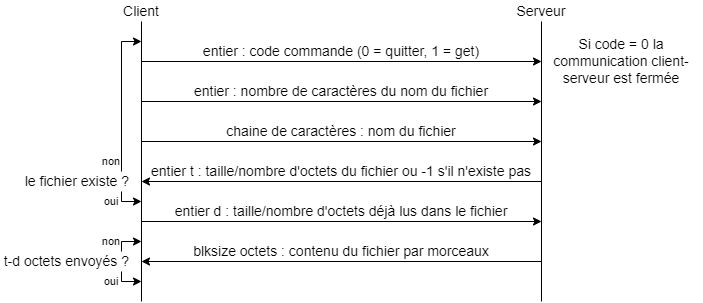
The draw.io diagram protocolEtape2.drawio.png in Yalkann/ProjetFTP, before a commit. Source tidied: cells renumbered, new cells last; positions are measured from the earlier drawing's top-left corner, leaving out a move shared by most shapes. Its diagram source:
```xml
<mxGraphModel>
  <root>
    <mxCell id="0" />
    <mxCell id="1" parent="0" />
    <mxCell id="2" style="endArrow=none;html=1;rounded=0;entryX=0.5;entryY=1;entryDx=0;entryDy=0;endFill=0;startArrow=none;startFill=0;" parent="1" edge="1" target="4">
      <mxGeometry relative="1" as="geometry">
        <mxPoint x="140" y="300" as="sourcePoint" />
        <Array as="points">
          <mxPoint x="140" y="300" />
        </Array>
      </mxGeometry>
    </mxCell>
    <mxCell id="3" style="endArrow=none;html=1;rounded=0;" parent="1" edge="1">
      <mxGeometry relative="1" as="geometry">
        <mxPoint x="540" y="300" as="sourcePoint" />
        <mxPoint x="540" y="20" as="targetPoint" />
      </mxGeometry>
    </mxCell>
    <mxCell id="4" value="&lt;font style=&quot;font-size: 14px&quot;&gt;Client&lt;/font&gt;" style="text;html=1;strokeColor=none;fillColor=none;align=center;verticalAlign=middle;whiteSpace=wrap;rounded=0;" parent="1" vertex="1">
      <mxGeometry x="110" width="60" height="20" as="geometry" />
    </mxCell>
    <mxCell id="5" value="&lt;font style=&quot;font-size: 14px&quot;&gt;Serveur&lt;br&gt;&lt;/font&gt;" style="text;html=1;strokeColor=none;fillColor=none;align=center;verticalAlign=middle;whiteSpace=wrap;rounded=0;" parent="1" vertex="1">
      <mxGeometry x="510" width="60" height="20" as="geometry" />
    </mxCell>
    <mxCell id="6" style="endArrow=classic;html=1;rounded=0;fontSize=14;" parent="1" edge="1">
      <mxGeometry relative="1" as="geometry">
        <mxPoint x="140" y="60" as="sourcePoint" />
        <mxPoint x="540" y="60" as="targetPoint" />
      </mxGeometry>
    </mxCell>
    <mxCell id="7" value="entier : code commande (0 = quitter, 1 = get)" style="text;html=1;strokeColor=none;fillColor=none;align=center;verticalAlign=middle;whiteSpace=wrap;rounded=0;fontSize=14;" parent="1" vertex="1">
      <mxGeometry x="140" y="40" width="400" height="20" as="geometry" />
    </mxCell>
    <mxCell id="8" style="endArrow=classic;html=1;rounded=0;fontSize=14;" parent="1" edge="1">
      <mxGeometry relative="1" as="geometry">
        <mxPoint x="140" y="100" as="sourcePoint" />
        <mxPoint x="540" y="100" as="targetPoint" />
      </mxGeometry>
    </mxCell>
    <mxCell id="9" value="entier : nombre de caractères du nom du fichier" style="text;html=1;strokeColor=none;fillColor=none;align=center;verticalAlign=middle;whiteSpace=wrap;rounded=0;fontSize=14;" parent="1" vertex="1">
      <mxGeometry x="140" y="80" width="400" height="20" as="geometry" />
    </mxCell>
    <mxCell id="10" style="endArrow=classic;html=1;rounded=0;fontSize=14;" parent="1" edge="1">
      <mxGeometry relative="1" as="geometry">
        <mxPoint x="140" y="140" as="sourcePoint" />
        <mxPoint x="540" y="140" as="targetPoint" />
      </mxGeometry>
    </mxCell>
    <mxCell id="11" value="chaine de caractères : nom du fichier" style="text;html=1;strokeColor=none;fillColor=none;align=center;verticalAlign=middle;whiteSpace=wrap;rounded=0;fontSize=14;" parent="1" vertex="1">
      <mxGeometry x="140" y="120" width="400" height="20" as="geometry" />
    </mxCell>
    <mxCell id="12" style="endArrow=classic;html=1;rounded=0;fontSize=14;" parent="1" edge="1">
      <mxGeometry relative="1" as="geometry">
        <mxPoint x="540" y="180" as="sourcePoint" />
        <mxPoint x="140" y="180" as="targetPoint" />
      </mxGeometry>
    </mxCell>
    <mxCell id="13" value="entier t : taille/nombre d'octets du fichier ou -1 s'il n'existe pas" style="text;html=1;strokeColor=none;fillColor=none;align=center;verticalAlign=middle;whiteSpace=wrap;rounded=0;fontSize=14;" parent="1" vertex="1">
      <mxGeometry x="140" y="160" width="400" height="20" as="geometry" />
    </mxCell>
    <mxCell id="14" style="endArrow=classic;html=1;rounded=0;fontSize=14;" parent="1" edge="1">
      <mxGeometry relative="1" as="geometry">
        <mxPoint x="540" y="260" as="sourcePoint" />
        <mxPoint x="140" y="260" as="targetPoint" />
      </mxGeometry>
    </mxCell>
    <mxCell id="15" value="le fichier existe ?" style="text;html=1;strokeColor=none;fillColor=none;align=right;verticalAlign=middle;whiteSpace=wrap;rounded=0;fontSize=14;" parent="1" vertex="1">
      <mxGeometry y="170" width="130" height="20" as="geometry" />
    </mxCell>
    <mxCell id="16" value="blksize octets : contenu du fichier par morceaux" style="text;html=1;strokeColor=none;fillColor=none;align=center;verticalAlign=middle;whiteSpace=wrap;rounded=0;fontSize=14;" parent="1" vertex="1">
      <mxGeometry x="140" y="240" width="400" height="20" as="geometry" />
    </mxCell>
    <mxCell id="17" style="endArrow=classic;html=1;rounded=0;fontSize=11;" parent="1" edge="1">
      <mxGeometry relative="1" as="geometry">
        <mxPoint x="140" y="220" as="sourcePoint" />
        <mxPoint x="540" y="220" as="targetPoint" />
      </mxGeometry>
    </mxCell>
    <mxCell id="18" style="endArrow=classic;html=1;rounded=0;fontSize=11;entryX=0;entryY=0;entryDx=0;entryDy=0;exitX=0.75;exitY=1;exitDx=0;exitDy=0;" parent="1" edge="1" source="19" target="7">
      <mxGeometry relative="1" as="geometry">
        <Array as="points">
          <mxPoint x="120" y="40" />
        </Array>
      </mxGeometry>
    </mxCell>
    <mxCell id="19" value="non" style="text;html=1;strokeColor=none;fillColor=none;align=center;verticalAlign=middle;whiteSpace=wrap;rounded=0;fontSize=11;" parent="1" vertex="1">
      <mxGeometry x="90" y="150" width="40" height="20" as="geometry" />
    </mxCell>
    <mxCell id="20" style="endArrow=classic;html=1;rounded=0;fontSize=11;entryX=0;entryY=0;entryDx=0;entryDy=0;exitX=0.75;exitY=0;exitDx=0;exitDy=0;" parent="1" edge="1" source="21" target="22">
      <mxGeometry relative="1" as="geometry">
        <Array as="points">
          <mxPoint x="120" y="200" />
        </Array>
      </mxGeometry>
    </mxCell>
    <mxCell id="21" value="oui" style="text;html=1;strokeColor=none;fillColor=none;align=center;verticalAlign=middle;whiteSpace=wrap;rounded=0;fontSize=11;" parent="1" vertex="1">
      <mxGeometry x="90" y="190" width="40" height="20" as="geometry" />
    </mxCell>
    <mxCell id="22" value="entier d : taille/nombre d'octets déjà lus dans le fichier" style="text;html=1;strokeColor=none;fillColor=none;align=center;verticalAlign=middle;whiteSpace=wrap;rounded=0;fontSize=14;" parent="1" vertex="1">
      <mxGeometry x="140" y="200" width="400" height="20" as="geometry" />
    </mxCell>
    <mxCell id="23" style="endArrow=classic;html=1;rounded=0;fontSize=11;exitX=0.75;exitY=0;exitDx=0;exitDy=0;" parent="1" edge="1" source="28">
      <mxGeometry relative="1" as="geometry">
        <mxPoint x="140" y="280" as="targetPoint" />
        <Array as="points">
          <mxPoint x="120" y="280" />
        </Array>
      </mxGeometry>
    </mxCell>
    <mxCell id="24" value="&lt;font style=&quot;font-size: 14px&quot;&gt;Si code = 0 la communication client-serveur est fermée&lt;/font&gt;" style="text;html=1;strokeColor=none;fillColor=none;align=center;verticalAlign=middle;whiteSpace=wrap;rounded=0;fontSize=11;" parent="1" vertex="1">
      <mxGeometry x="540" y="30" width="160" height="60" as="geometry" />
    </mxCell>
    <mxCell id="25" value="t-d octets envoyés ?" style="text;html=1;strokeColor=none;fillColor=none;align=right;verticalAlign=middle;whiteSpace=wrap;rounded=0;fontSize=14;" parent="1" vertex="1">
      <mxGeometry y="250" width="130" height="20" as="geometry" />
    </mxCell>
    <mxCell id="26" value="non" style="text;html=1;strokeColor=none;fillColor=none;align=center;verticalAlign=middle;whiteSpace=wrap;rounded=0;fontSize=11;" parent="1" vertex="1">
      <mxGeometry x="90" y="230" width="40" height="20" as="geometry" />
    </mxCell>
    <mxCell id="27" style="endArrow=classic;html=1;rounded=0;fontSize=11;entryX=0;entryY=0;entryDx=0;entryDy=0;" parent="1" edge="1" target="16">
      <mxGeometry relative="1" as="geometry">
        <mxPoint x="120" y="250" as="sourcePoint" />
        <Array as="points">
          <mxPoint x="120" y="240" />
        </Array>
      </mxGeometry>
    </mxCell>
    <mxCell id="28" value="oui" style="text;html=1;strokeColor=none;fillColor=none;align=center;verticalAlign=middle;whiteSpace=wrap;rounded=0;fontSize=11;" parent="1" vertex="1">
      <mxGeometry x="90" y="270" width="40" height="20" as="geometry" />
    </mxCell>
  </root>
</mxGraphModel>
```
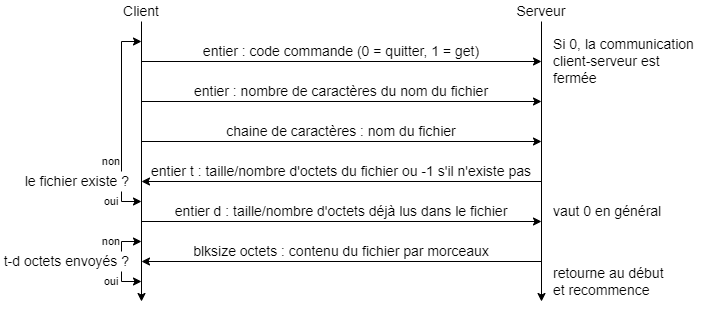
The same diagram one commit later.

Diff of the diagram source:
```diff
@@ -2,7 +2,7 @@
   <root>
     <mxCell id="0" />
     <mxCell id="1" parent="0" />
-    <mxCell id="2" style="endArrow=none;html=1;rounded=0;entryX=0.5;entryY=1;entryDx=0;entryDy=0;endFill=0;startArrow=none;startFill=0;" parent="1" edge="1" target="4">
+    <mxCell id="2" style="endArrow=none;html=1;rounded=0;entryX=0.5;entryY=1;entryDx=0;entryDy=0;endFill=0;startArrow=classic;startFill=1;" parent="1" edge="1" target="4">
       <mxGeometry relative="1" as="geometry">
         <mxPoint x="140" y="300" as="sourcePoint" />
         <Array as="points">
@@ -10,16 +10,16 @@
         </Array>
       </mxGeometry>
     </mxCell>
-    <mxCell id="3" style="endArrow=none;html=1;rounded=0;" parent="1" edge="1">
+    <mxCell id="3" style="endArrow=none;html=1;rounded=0;startArrow=classic;startFill=1;" parent="1" edge="1">
       <mxGeometry relative="1" as="geometry">
         <mxPoint x="540" y="300" as="sourcePoint" />
         <mxPoint x="540" y="20" as="targetPoint" />
       </mxGeometry>
     </mxCell>
-    <mxCell id="4" value="&lt;font style=&quot;font-size: 14px&quot;&gt;Client&lt;/font&gt;" style="text;html=1;strokeColor=none;fillColor=none;align=center;verticalAlign=middle;whiteSpace=wrap;rounded=0;" parent="1" vertex="1">
+    <mxCell id="4" value="&lt;font style=&quot;font-size: 14px;&quot;&gt;Client&lt;/font&gt;" style="text;html=1;strokeColor=none;fillColor=none;align=center;verticalAlign=middle;whiteSpace=wrap;rounded=0;fontSize=14;" parent="1" vertex="1">
       <mxGeometry x="110" width="60" height="20" as="geometry" />
     </mxCell>
-    <mxCell id="5" value="&lt;font style=&quot;font-size: 14px&quot;&gt;Serveur&lt;br&gt;&lt;/font&gt;" style="text;html=1;strokeColor=none;fillColor=none;align=center;verticalAlign=middle;whiteSpace=wrap;rounded=0;" parent="1" vertex="1">
+    <mxCell id="5" value="&lt;font style=&quot;font-size: 14px;&quot;&gt;Serveur&lt;br style=&quot;font-size: 14px;&quot;&gt;&lt;/font&gt;" style="text;html=1;strokeColor=none;fillColor=none;align=center;verticalAlign=middle;whiteSpace=wrap;rounded=0;fontSize=14;" parent="1" vertex="1">
       <mxGeometry x="510" width="60" height="20" as="geometry" />
     </mxCell>
     <mxCell id="6" style="endArrow=classic;html=1;rounded=0;fontSize=14;" parent="1" edge="1">
@@ -107,8 +107,8 @@
         </Array>
       </mxGeometry>
     </mxCell>
-    <mxCell id="24" value="&lt;font style=&quot;font-size: 14px&quot;&gt;Si code = 0 la communication client-serveur est fermée&lt;/font&gt;" style="text;html=1;strokeColor=none;fillColor=none;align=center;verticalAlign=middle;whiteSpace=wrap;rounded=0;fontSize=11;" parent="1" vertex="1">
-      <mxGeometry x="540" y="30" width="160" height="60" as="geometry" />
+    <mxCell id="24" value="&lt;font style=&quot;font-size: 14px&quot;&gt;Si 0, la communication client-serveur est fermée&lt;/font&gt;" style="text;html=1;strokeColor=none;fillColor=none;align=left;verticalAlign=middle;whiteSpace=wrap;rounded=0;fontSize=14;" parent="1" vertex="1">
+      <mxGeometry x="550" y="30" width="150" height="60" as="geometry" />
     </mxCell>
     <mxCell id="25" value="t-d octets envoyés ?" style="text;html=1;strokeColor=none;fillColor=none;align=right;verticalAlign=middle;whiteSpace=wrap;rounded=0;fontSize=14;" parent="1" vertex="1">
       <mxGeometry y="250" width="130" height="20" as="geometry" />
@@ -127,5 +127,11 @@
     <mxCell id="28" value="oui" style="text;html=1;strokeColor=none;fillColor=none;align=center;verticalAlign=middle;whiteSpace=wrap;rounded=0;fontSize=11;" parent="1" vertex="1">
       <mxGeometry x="90" y="270" width="40" height="20" as="geometry" />
     </mxCell>
+    <mxCell id="29" value="&lt;font style=&quot;font-size: 14px&quot;&gt;retourne au début et recommence&lt;/font&gt;" style="text;html=1;strokeColor=none;fillColor=none;align=left;verticalAlign=middle;whiteSpace=wrap;rounded=0;fontSize=11;" parent="1" vertex="1">
+      <mxGeometry x="550" y="260" width="120" height="40" as="geometry" />
+    </mxCell>
+    <mxCell id="30" value="&lt;font style=&quot;font-size: 14px&quot;&gt;vaut 0 en général&lt;/font&gt;" style="text;html=1;strokeColor=none;fillColor=none;align=left;verticalAlign=middle;whiteSpace=wrap;rounded=0;fontSize=11;" parent="1" vertex="1">
+      <mxGeometry x="550" y="200" width="150" height="20" as="geometry" />
+    </mxCell>
   </root>
 </mxGraphModel>
```
